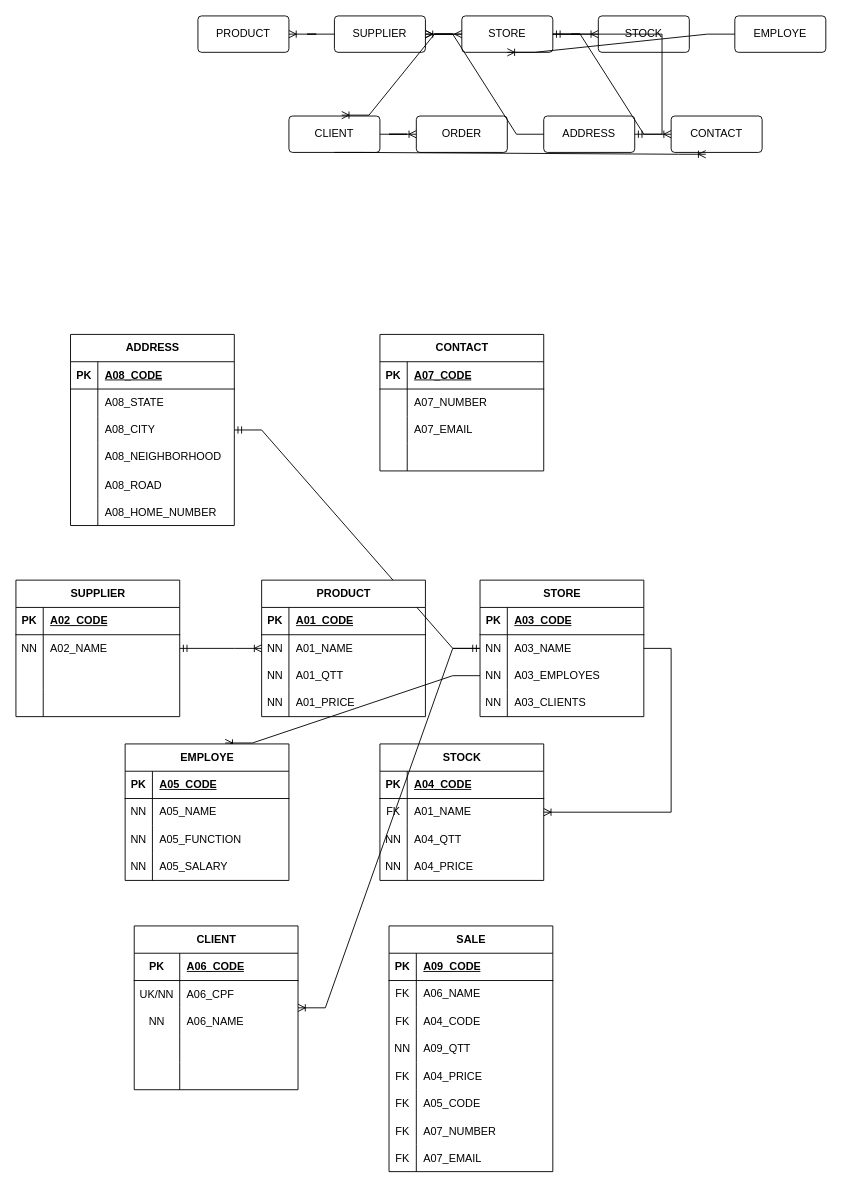
Before: Diagram_from_store.drawio in maurilio-sousa/exercicios_de_aula, a draw.io diagram. Source tidied: cells renumbered, new cells numbered last; positions are measured from the earlier drawing's top-left corner, leaving out a move shared by most shapes. Both pictures are drawn from the tidied source at 91%, with x=0, y=0 at pixel (15, 15).
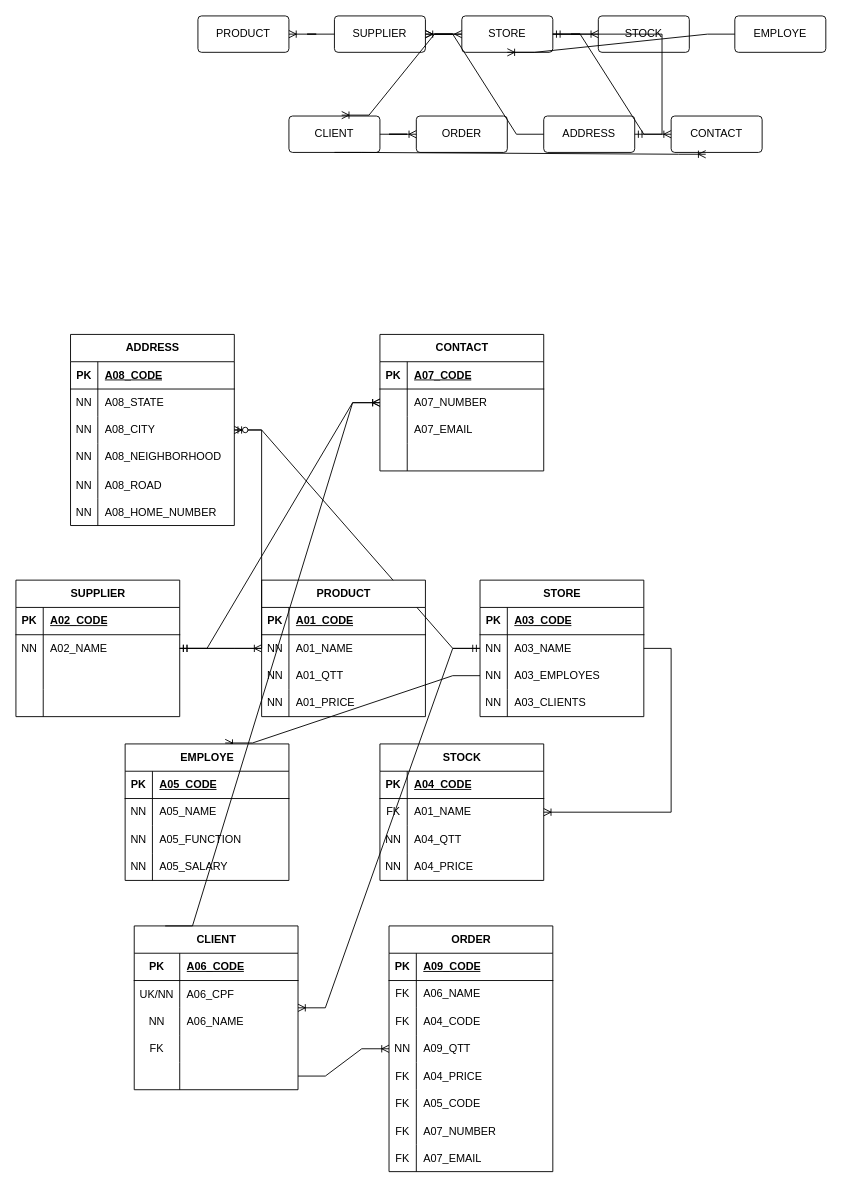
After the change.

Unchanged cells that the change refers to:
```xml
<mxCell id="21" value="CONTACT" style="shape=table;startSize=30;childLayout=tableLayout;rowLines=0;fontStyle=1;align=center;html=1;" parent="1" vertex="1">
  <mxGeometry x="400" y="350" width="180" height="150" as="geometry" />
</mxCell>
<mxCell id="62" value="CLIENT" style="shape=table;startSize=30;childLayout=tableLayout;rowLines=0;fontStyle=1;align=center;html=1;" parent="1" vertex="1">
  <mxGeometry x="130" y="1000" width="180" height="180" as="geometry" />
</mxCell>
<mxCell id="72" style="shape=tableRow;horizontal=0;startSize=0;swimlaneHead=0;swimlaneBody=0;fillColor=none;top=0;left=0;right=0;bottom=0;" parent="62" vertex="1">
  <mxGeometry y="120" width="180" height="30" as="geometry" />
</mxCell>
<mxCell id="75" style="shape=tableRow;horizontal=0;startSize=0;swimlaneHead=0;swimlaneBody=0;fillColor=none;points=[[0,0.5],[1,0.5]];portConstraint=eastwest;top=0;left=0;right=0;bottom=0;" parent="62" vertex="1">
  <mxGeometry y="150" width="180" height="30" as="geometry" />
</mxCell>
<mxCell id="118" value="SUPPLIER" style="shape=table;startSize=30;childLayout=tableLayout;rowLines=0;fontStyle=1;align=center;html=1;" parent="1" vertex="1">
  <mxGeometry y="620" width="180" height="150" as="geometry" />
</mxCell>
<mxCell id="131" value="ADDRESS" style="shape=table;startSize=30;childLayout=tableLayout;rowLines=0;fontStyle=1;align=center;html=1;" parent="1" vertex="1">
  <mxGeometry x="60" y="350" width="180" height="210" as="geometry" />
</mxCell>
<mxCell id="135" style="shape=tableRow;horizontal=0;startSize=0;swimlaneHead=0;swimlaneBody=0;fillColor=none;top=0;left=0;right=0;bottom=0;" parent="131" vertex="1">
  <mxGeometry y="60" width="180" height="30" as="geometry" />
</mxCell>
<mxCell id="138" style="shape=tableRow;horizontal=0;startSize=0;swimlaneHead=0;swimlaneBody=0;fillColor=none;top=0;left=0;right=0;bottom=0;" parent="131" vertex="1">
  <mxGeometry y="90" width="180" height="30" as="geometry" />
</mxCell>
<mxCell id="141" style="shape=tableRow;horizontal=0;startSize=0;swimlaneHead=0;swimlaneBody=0;fillColor=none;top=0;left=0;right=0;bottom=0;" parent="131" vertex="1">
  <mxGeometry y="120" width="180" height="30" as="geometry" />
</mxCell>
<mxCell id="144" style="shape=tableRow;horizontal=0;startSize=0;swimlaneHead=0;swimlaneBody=0;fillColor=none;top=0;left=0;right=0;bottom=0;" parent="131" vertex="1">
  <mxGeometry y="150" width="180" height="30" as="geometry" />
</mxCell>
<mxCell id="147" style="shape=tableRow;horizontal=0;startSize=0;swimlaneHead=0;swimlaneBody=0;fillColor=none;top=0;left=0;right=0;bottom=0;" parent="131" vertex="1">
  <mxGeometry y="180" width="180" height="30" as="geometry" />
</mxCell>
```

Diff of the diagram source:
```diff
@@
-    <mxCell id="37" value="SALE" style="shape=table;startSize=30;childLayout=tableLayout;rowLines=0;fontStyle=1;align=center;html=1;" parent="1" vertex="1">
+    <mxCell id="37" value="ORDER" style="shape=table;startSize=30;childLayout=tableLayout;rowLines=0;fontStyle=1;align=center;html=1;" parent="1" vertex="1">
       <mxGeometry x="410" y="1000" width="180" height="270" as="geometry" />
     </mxCell>
@@
-    <mxCell id="73" style="shape=partialRectangle;fillColor=none;top=0;left=0;bottom=0;right=0;overflow=hidden;whiteSpace=wrap;html=1;" parent="72" vertex="1">
+    <mxCell id="73" value="FK" style="shape=partialRectangle;fillColor=none;top=0;left=0;bottom=0;right=0;overflow=hidden;whiteSpace=wrap;html=1;" parent="72" vertex="1">
       <mxGeometry width="50" height="30" as="geometry" />
     </mxCell>
@@
-    <mxCell id="136" style="shape=partialRectangle;fillColor=none;top=0;left=0;bottom=0;right=0;overflow=hidden;whiteSpace=wrap;html=1;" parent="135" vertex="1">
+    <mxCell id="136" value="NN" style="shape=partialRectangle;fillColor=none;top=0;left=0;bottom=0;right=0;overflow=hidden;whiteSpace=wrap;html=1;" parent="135" vertex="1">
       <mxGeometry width="30" height="30" as="geometry" />
     </mxCell>
@@
-    <mxCell id="139" style="shape=partialRectangle;fillColor=none;top=0;left=0;bottom=0;right=0;overflow=hidden;whiteSpace=wrap;html=1;" parent="138" vertex="1">
+    <mxCell id="139" value="NN" style="shape=partialRectangle;fillColor=none;top=0;left=0;bottom=0;right=0;overflow=hidden;whiteSpace=wrap;html=1;" parent="138" vertex="1">
       <mxGeometry width="30" height="30" as="geometry" />
     </mxCell>
@@
-    <mxCell id="142" style="shape=partialRectangle;fillColor=none;top=0;left=0;bottom=0;right=0;overflow=hidden;whiteSpace=wrap;html=1;" parent="141" vertex="1">
+    <mxCell id="142" value="NN" style="shape=partialRectangle;fillColor=none;top=0;left=0;bottom=0;right=0;overflow=hidden;whiteSpace=wrap;html=1;" parent="141" vertex="1">
       <mxGeometry width="30" height="30" as="geometry" />
     </mxCell>
@@
-    <mxCell id="145" style="shape=partialRectangle;fillColor=none;top=0;left=0;bottom=0;right=0;overflow=hidden;" parent="144" vertex="1">
+    <mxCell id="145" value="NN" style="shape=partialRectangle;fillColor=none;top=0;left=0;bottom=0;right=0;overflow=hidden;" parent="144" vertex="1">
       <mxGeometry width="30" height="30" as="geometry" />
     </mxCell>
@@
-    <mxCell id="148" style="shape=partialRectangle;fillColor=none;top=0;left=0;bottom=0;right=0;overflow=hidden;" parent="147" vertex="1">
+    <mxCell id="148" value="NN" style="shape=partialRectangle;fillColor=none;top=0;left=0;bottom=0;right=0;overflow=hidden;" parent="147" vertex="1">
       <mxGeometry width="30" height="30" as="geometry" />
     </mxCell>
@@
+    <mxCell id="164" style="edgeStyle=entityRelationEdgeStyle;fontSize=12;html=1;endArrow=ERoneToMany;rounded=0;exitX=0.189;exitY=0;exitDx=0;exitDy=0;exitPerimeter=0;" parent="1" edge="1" source="62" target="21">
+      <mxGeometry relative="1" as="geometry" />
+    </mxCell>
+    <mxCell id="165" style="edgeStyle=entityRelationEdgeStyle;fontSize=12;html=1;endArrow=ERoneToMany;rounded=0;" parent="1" edge="1" source="118" target="21">
+      <mxGeometry relative="1" as="geometry" />
+    </mxCell>
+    <mxCell id="166" style="edgeStyle=entityRelationEdgeStyle;fontSize=12;html=1;endArrow=ERzeroToMany;startArrow=ERmandOne;rounded=0;" parent="1" edge="1" source="118" target="131">
+      <mxGeometry relative="1" as="geometry" />
+    </mxCell>
+    <mxCell id="167" style="edgeStyle=entityRelationEdgeStyle;fontSize=12;html=1;endArrow=ERoneToMany;rounded=0;exitX=1;exitY=0.5;exitDx=0;exitDy=0;" parent="1" edge="1" source="75" target="37">
+      <mxGeometry relative="1" as="geometry" />
+    </mxCell>
```
